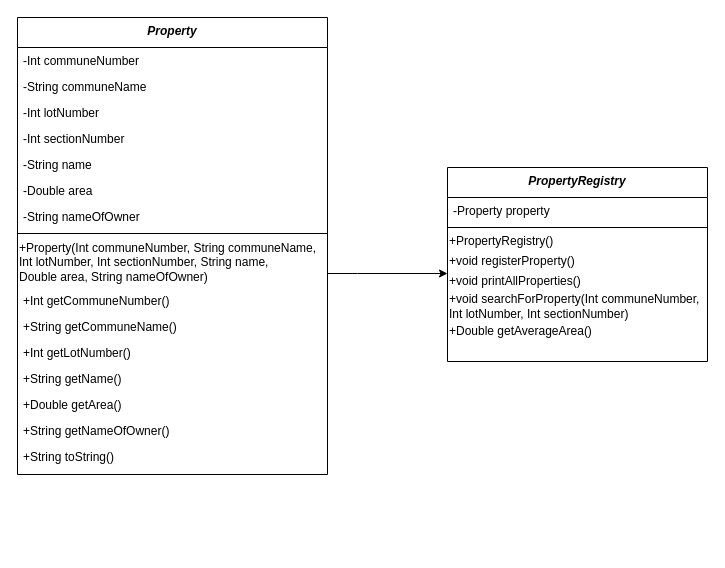
The draw.io diagram Oppg11/Untitled Diagram.drawio in SchatzerZD/Ovinger, before the edit. Source tidied: cells renumbered, new cells numbered last; positions are measured from the earlier drawing's top-left corner, leaving out a move shared by most shapes. Both pictures are drawn from the tidied source at 100%, with x=0, y=0 at pixel (17, 17).
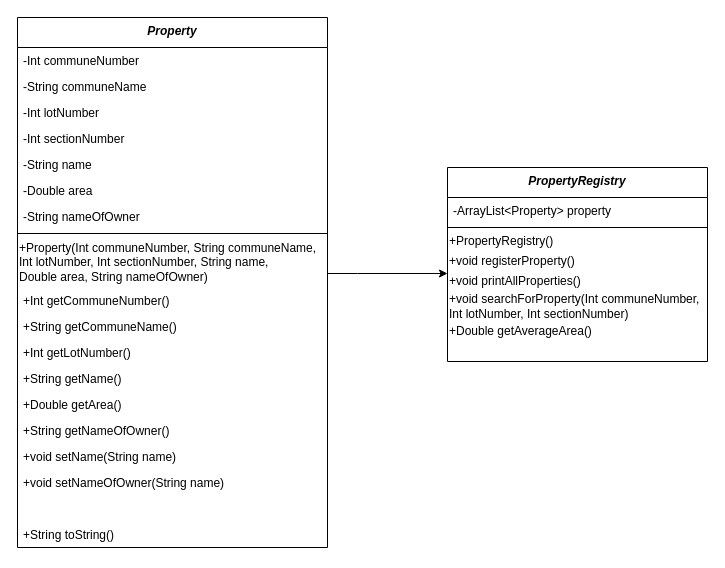
Above is the later version.

The change refers to these unchanged cells:
```xml
<mxCell id="20" value="PropertyRegistry" style="swimlane;fontStyle=3;align=center;verticalAlign=top;horizontal=1;startSize=30;rounded=0;shadow=0;strokeWidth=1;labelBorderColor=none;" parent="1" vertex="1">
  <mxGeometry x="430" y="150" width="260" height="194" as="geometry" />
</mxCell>
```

Diff of the diagram source:
```diff
@@
     <mxCell id="3" value="Property" style="swimlane;fontStyle=3;align=center;verticalAlign=top;horizontal=1;startSize=30;rounded=0;shadow=0;strokeWidth=1;labelBorderColor=none;" parent="1" vertex="1">
-      <mxGeometry width="310" height="457" as="geometry" />
+      <mxGeometry width="310" height="530" as="geometry" />
     </mxCell>
@@
+    <mxCell id="28" value="+void setName(String name)" style="text;align=left;verticalAlign=top;spacingLeft=4;spacingRight=4;overflow=hidden;rounded=0;shadow=0;html=0;" parent="3" vertex="1">
+      <mxGeometry y="426" width="310" height="26" as="geometry" />
+    </mxCell>
+    <mxCell id="29" value="+void setNameOfOwner(String name)" style="text;align=left;verticalAlign=top;spacingLeft=4;spacingRight=4;overflow=hidden;rounded=0;shadow=0;html=0;" parent="3" vertex="1">
+      <mxGeometry y="452" width="310" height="26" as="geometry" />
+    </mxCell>
+    <mxCell id="30" style="text;align=left;verticalAlign=top;spacingLeft=4;spacingRight=4;overflow=hidden;rounded=0;shadow=0;html=0;" parent="3" vertex="1">
+      <mxGeometry y="478" width="310" height="26" as="geometry" />
+    </mxCell>
     <mxCell id="19" value="+String toString()" style="text;align=left;verticalAlign=top;spacingLeft=4;spacingRight=4;overflow=hidden;rounded=0;shadow=0;html=0;" parent="3" vertex="1">
-      <mxGeometry y="426" width="310" height="26" as="geometry" />
+      <mxGeometry y="504" width="310" height="26" as="geometry" />
     </mxCell>
@@
-    <mxCell id="21" value="-Property property" style="text;align=left;verticalAlign=top;spacingLeft=4;spacingRight=4;overflow=hidden;" parent="20" vertex="1">
+    <mxCell id="21" value="-ArrayList&lt;Property&gt; property" style="text;align=left;verticalAlign=top;spacingLeft=4;spacingRight=4;overflow=hidden;" parent="20" vertex="1">
       <mxGeometry y="30" width="260" height="26" as="geometry" />
     </mxCell>
```
